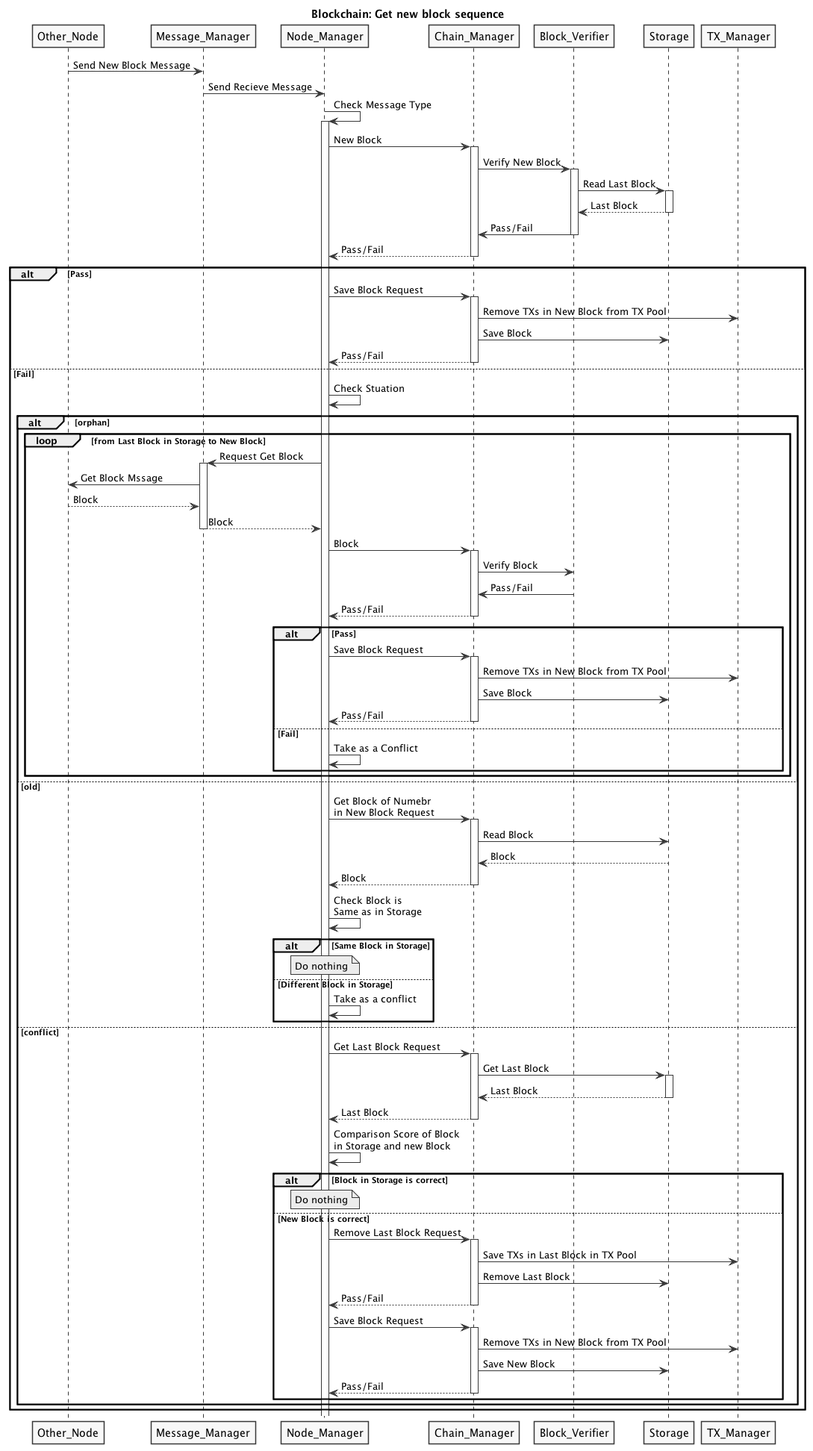
Above: uml/seq_get_block.png in chike0905/blockchain (PlantUML), before the change.
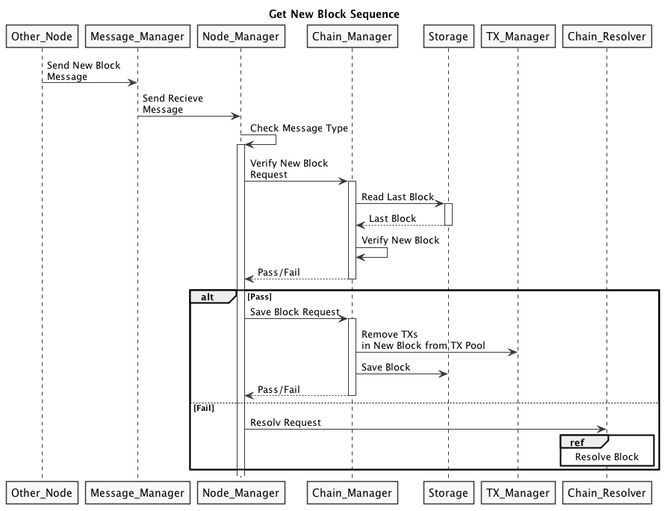
Above is the later version.

Commit message:
separate resolv and get block

Diff of the diagram source:
```diff
@@ -1,97 +1,33 @@
 @startuml
 skinparam shadowing false
 skinparam monochrome true
-title Blockchain: Get new block sequence
+title Get New Block Sequence
 
-Other_Node -> Message_Manager: Send New Block Message
-Message_Manager -> Node_Manager: Send Recieve Message
+
+Other_Node -> Message_Manager: Send New Block\nMessage
+Message_Manager -> Node_Manager: Send Recieve\nMessage
 Node_Manager -> Node_Manager: Check Message Type
 activate Node_Manager
-Node_Manager -> Chain_Manager: New Block
+Node_Manager -> Chain_Manager: Verify New Block\nRequest
 activate Chain_Manager
-Chain_Manager -> Block_Verifier: Verify New Block
-activate Block_Verifier
-Block_Verifier -> Storage:Read Last Block
+Chain_Manager -> Storage:Read Last Block
 activate Storage
-Storage --> Block_Verifier: Last Block
+Storage --> Chain_Manager: Last Block
 deactivate Storage
-Block_Verifier -> Chain_Manager: Pass/Fail
-deactivate Block_Verifier
+Chain_Manager -> Chain_Manager: Verify New Block
 Chain_Manager --> Node_Manager: Pass/Fail
 deactivate Chain_Manager
 alt Pass
   Node_Manager -> Chain_Manager: Save Block Request
   activate Chain_Manager
-  Chain_Manager -> TX_Manager: Remove TXs in New Block from TX Pool
+  Chain_Manager -> TX_Manager: Remove TXs\nin New Block from TX Pool
   Chain_Manager -> Storage: Save Block
   Chain_Manager --> Node_Manager: Pass/Fail
   deactivate Chain_Manager
 else Fail
-  Node_Manager -> Node_Manager: Check Stuation
-  alt orphan
-    loop from Last Block in Storage to New Block
-      Node_Manager -> Message_Manager: Request Get Block
-      activate Message_Manager
-      Message_Manager -> Other_Node: Get Block Mssage
-      Other_Node --> Message_Manager: Block
-      Message_Manager  --> Node_Manager: Block
-      deactivate Message_Manager
-      Node_Manager -> Chain_Manager: Block
-      activate Chain_Manager
-      Chain_Manager -> Block_Verifier: Verify Block
-      Block_Verifier -> Chain_Manager: Pass/Fail
-      Chain_Manager --> Node_Manager: Pass/Fail
-      deactivate Chain_Manager
-      alt Pass
-        Node_Manager -> Chain_Manager: Save Block Request
-        activate Chain_Manager
-        Chain_Manager -> TX_Manager: Remove TXs in New Block from TX Pool
-        Chain_Manager -> Storage: Save Block
-        Chain_Manager --> Node_Manager: Pass/Fail
-        deactivate Chain_Manager
-      else Fail
-        Node_Manager -> Node_Manager: Take as a Conflict
-      end
-    end
-  else old
-    Node_Manager -> Chain_Manager: Get Block of Numebr\nin New Block Request
-    activate Chain_Manager
-    Chain_Manager -> Storage: Read Block
-    Storage --> Chain_Manager: Block
-    Chain_Manager --> Node_Manager: Block
-    deactivate Chain_Manager
-    Node_Manager -> Node_Manager: Check Block is\nSame as in Storage
-    alt Same Block in Storage
-      note over Node_Manager:Do nothing
-    else Different Block in Storage
-      Node_Manager -> Node_Manager: Take as a conflict
-    end
-  else conflict
-    Node_Manager -> Chain_Manager: Get Last Block Request
-    activate Chain_Manager
-    Chain_Manager -> Storage: Get Last Block
-    activate Storage
-    Storage --> Chain_Manager :Last Block
-    deactivate Storage
-    Chain_Manager --> Node_Manager: Last Block
-    deactivate Chain_Manager
-    Node_Manager -> Node_Manager: Comparison Score of Block\nin Storage and new Block
-    alt Block in Storage is correct
-      note over Node_Manager:Do nothing
-    else New Block is correct
-      Node_Manager -> Chain_Manager: Remove Last Block Request
-      activate Chain_Manager
-      Chain_Manager -> TX_Manager: Save TXs in Last Block in TX Pool
-      Chain_Manager -> Storage: Remove Last Block
-      Chain_Manager --> Node_Manager: Pass/Fail
-      deactivate Chain_Manager
-      Node_Manager -> Chain_Manager: Save Block Request
-      activate Chain_Manager
-      Chain_Manager -> TX_Manager: Remove TXs in New Block from TX Pool
-      Chain_Manager -> Storage: Save New Block
-      Chain_Manager --> Node_Manager: Pass/Fail
-      deactivate Chain_Manager
-    end
-  end
+  Node_Manager -> Chain_Resolver: Resolv Request
+  ref over Chain_Resolver
+    Resolve Block
+  end ref
 end
 @enduml
```
